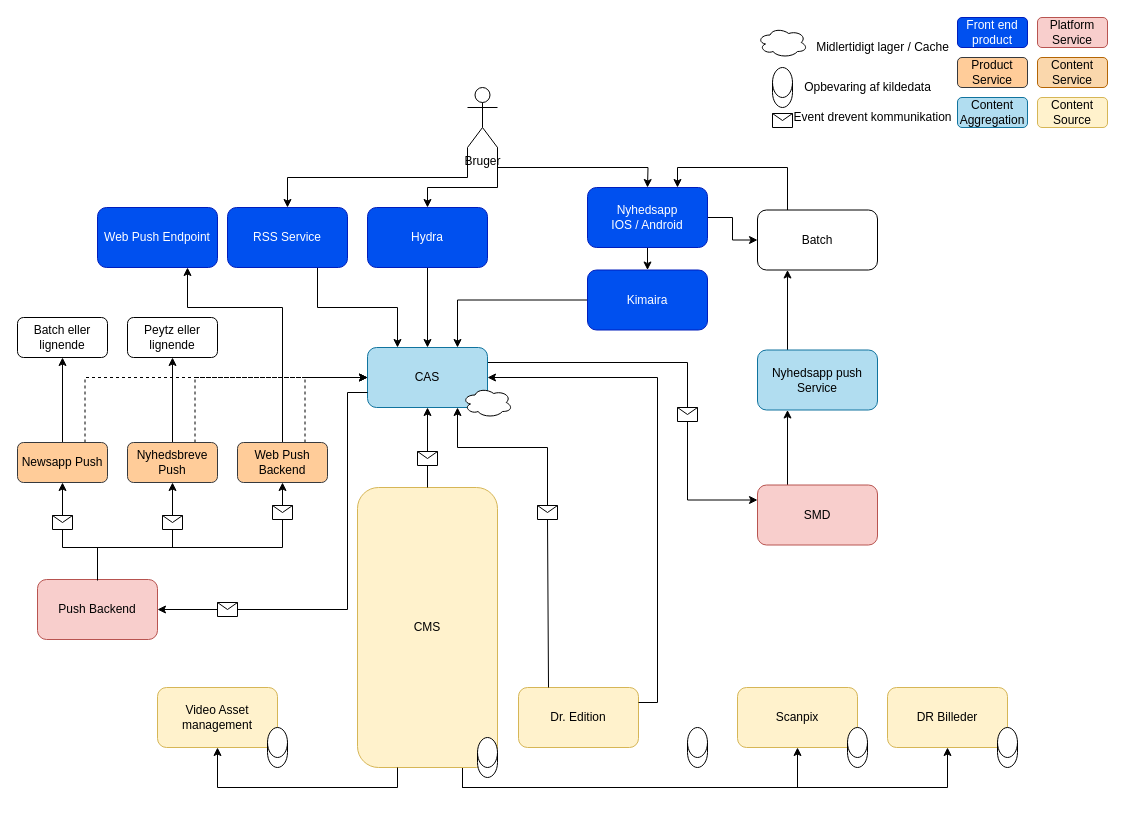
Earlier version of the draw.io diagram draw-io/Push-arkitektur-målarkitektur.drawio (drdkjtop/arkitektur). Source tidied: cells renumbered, new cells numbered last; positions are measured from the earlier drawing's top-left corner, leaving out a move shared by most shapes. Both pictures are drawn from the tidied source at 100%, with x=0, y=0 at pixel (17, 17).
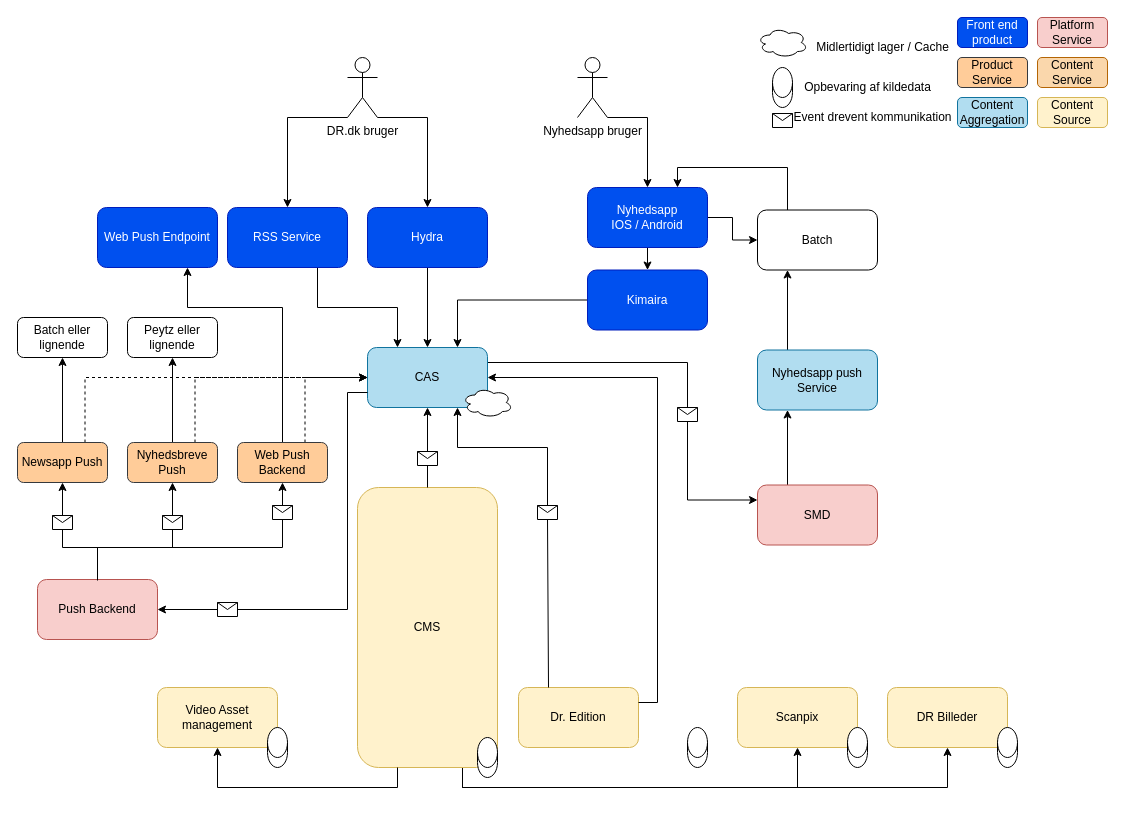
The same page after the edit.

Unchanged cells that the change refers to:
```xml
<mxCell id="39" value="RSS Service" style="rounded=1;whiteSpace=wrap;html=1;fillColor=#0050ef;strokeColor=#001DBC;fontColor=#ffffff;" parent="1" vertex="1">
  <mxGeometry x="210" y="190" width="120" height="60" as="geometry" />
</mxCell>
```

What changed in the source:
```diff
@@
     <mxCell id="33" style="edgeStyle=orthogonalEdgeStyle;rounded=0;jumpStyle=arc;jettySize=auto;html=1;entryX=0.5;entryY=0;entryDx=0;entryDy=0;exitX=1;exitY=1;exitDx=0;exitDy=0;exitPerimeter=0;" parent="1" edge="1" source="36">
       <mxGeometry relative="1" as="geometry">
         <mxPoint x="410" y="190" as="targetPoint" />
         <Array as="points">
-          <mxPoint x="480" y="170" />
-          <mxPoint x="410" y="170" />
+          <mxPoint x="410" y="100" />
         </Array>
       </mxGeometry>
     </mxCell>
-    <mxCell id="34" style="edgeStyle=orthogonalEdgeStyle;rounded=0;jumpStyle=arc;jettySize=auto;html=1;exitX=1;exitY=1;exitDx=0;exitDy=0;exitPerimeter=0;" parent="1" edge="1" source="36">
+    <mxCell id="34" style="edgeStyle=orthogonalEdgeStyle;rounded=0;jumpStyle=arc;jettySize=auto;html=1;exitX=1;exitY=1;exitDx=0;exitDy=0;exitPerimeter=0;" parent="1" edge="1" source="82">
       <mxGeometry relative="1" as="geometry">
         <mxPoint x="630" y="170" as="targetPoint" />
+        <Array as="points">
+          <mxPoint x="630" y="100" />
+        </Array>
       </mxGeometry>
     </mxCell>
     <mxCell id="35" style="edgeStyle=orthogonalEdgeStyle;rounded=0;jettySize=auto;html=1;exitX=0;exitY=1;exitDx=0;exitDy=0;exitPerimeter=0;" parent="1" edge="1" source="36" target="39">
-      <mxGeometry relative="1" as="geometry" />
+      <mxGeometry relative="1" as="geometry">
+        <Array as="points">
+          <mxPoint x="270" y="100" />
+        </Array>
+      </mxGeometry>
     </mxCell>
-    <mxCell id="36" value="Bruger" style="shape=umlActor;verticalLabelPosition=bottom;verticalAlign=top;html=1;outlineConnect=0;" parent="1" vertex="1">
-      <mxGeometry x="450" y="70" width="30" height="60" as="geometry" />
+    <mxCell id="36" value="DR.dk bruger" style="shape=umlActor;verticalLabelPosition=bottom;verticalAlign=top;html=1;outlineConnect=0;" parent="1" vertex="1">
+      <mxGeometry x="330" y="40" width="30" height="60" as="geometry" />
     </mxCell>
@@
+    <mxCell id="82" value="Nyhedsapp bruger" style="shape=umlActor;verticalLabelPosition=bottom;verticalAlign=top;html=1;outlineConnect=0;" parent="1" vertex="1">
+      <mxGeometry x="560" y="40" width="30" height="60" as="geometry" />
+    </mxCell>
```
